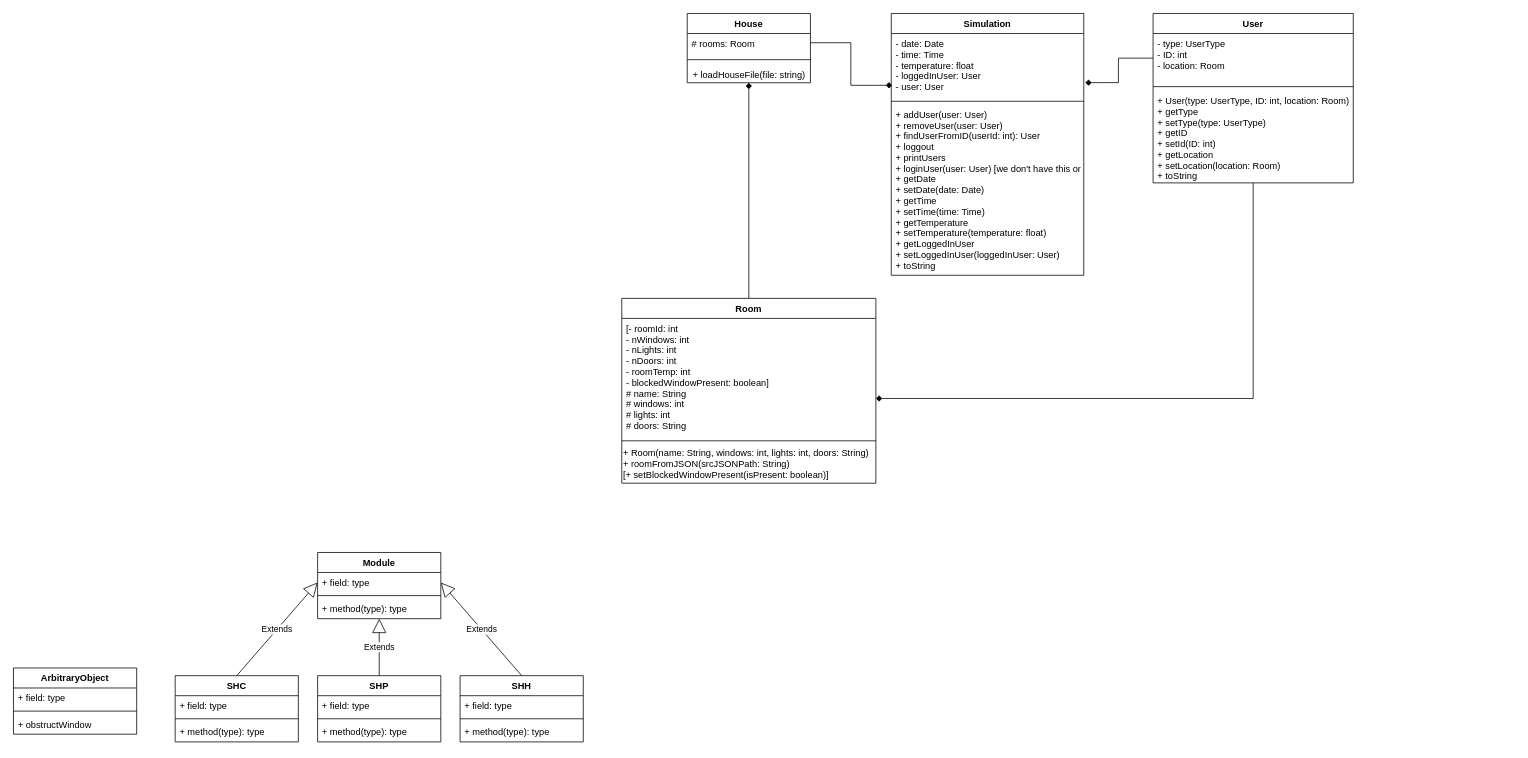
DGovi/soen343house keeps this draw.io diagram as page "class" (2 of 3) of homeSysDiagrams.drawio. Above is the earlier version. Source tidied: cells renumbered, new cells numbered last; positions are measured from the earlier drawing's top-left corner, leaving out a move shared by most shapes. Both pictures are drawn from the tidied source at 77%, with x=0, y=0 at pixel (13, 13).
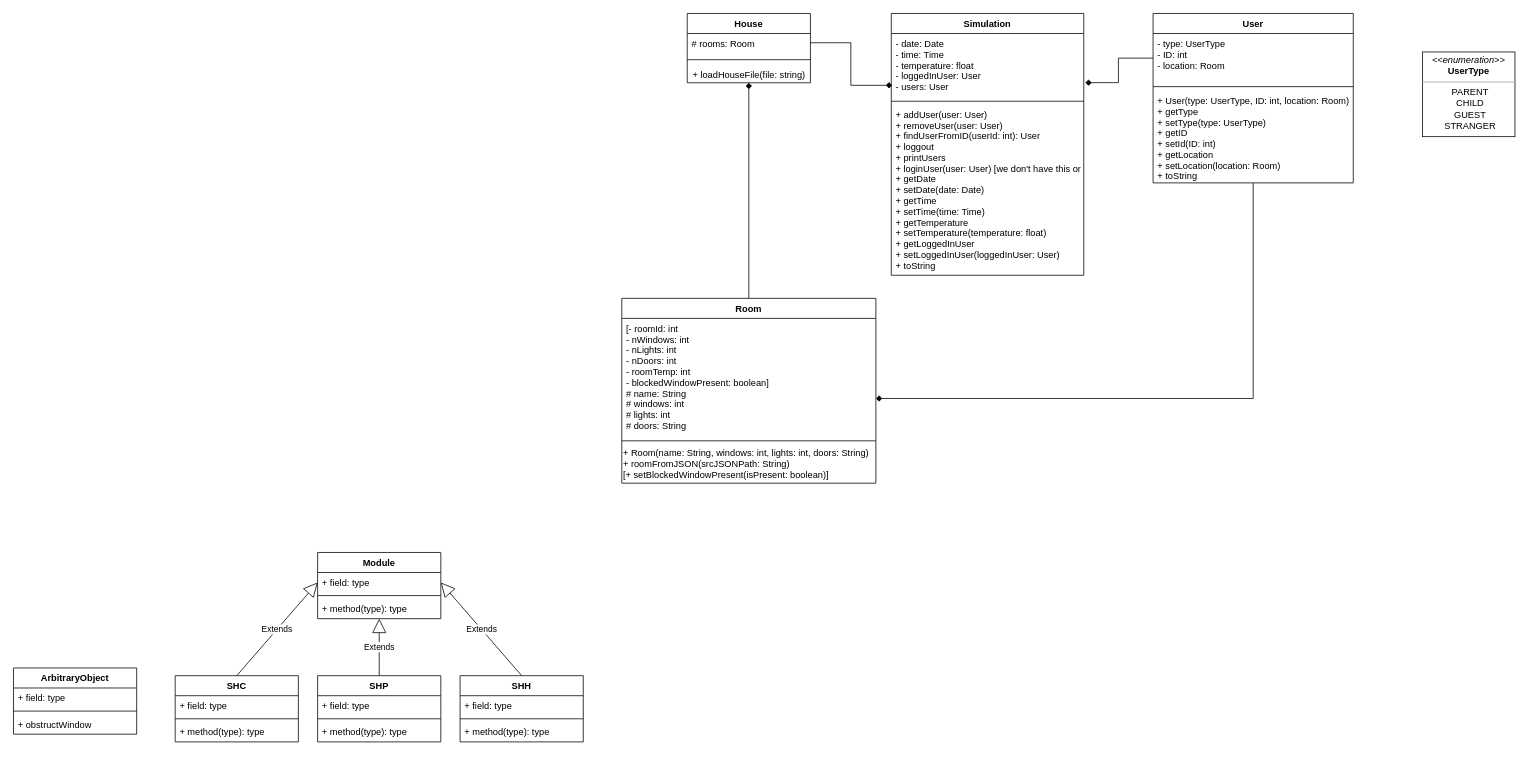
The same page after the edit.

The change refers to these unchanged cells:
```xml
<mxCell id="17" value="Simulation" style="swimlane;fontStyle=1;align=center;verticalAlign=top;horizontal=1;startSize=26;" parent="1" vertex="1">
  <mxGeometry x="1140" width="250" height="340" as="geometry" />
</mxCell>
```

What changed in the source:
```diff
@@
-    <mxCell id="18" value="- date: Date&#10;- time: Time&#10;- temperature: float&#10;- loggedInUser: User&#10;- user: User&#10;" style="text;strokeColor=none;fillColor=none;align=left;verticalAlign=top;spacingLeft=4;spacingRight=4;overflow=hidden;points=[[0,0.5],[1,0.5]];portConstraint=eastwest;" parent="17" vertex="1">
+    <mxCell id="18" value="- date: Date&#10;- time: Time&#10;- temperature: float&#10;- loggedInUser: User&#10;- users: User&#10;" style="text;strokeColor=none;fillColor=none;align=left;verticalAlign=top;spacingLeft=4;spacingRight=4;overflow=hidden;points=[[0,0.5],[1,0.5]];portConstraint=eastwest;" parent="17" vertex="1">
       <mxGeometry y="26" width="250" height="84" as="geometry" />
     </mxCell>
@@
+    <mxCell id="45" value="&lt;p style=&quot;margin: 0px ; margin-top: 4px ; text-align: center&quot;&gt;&lt;i&gt;&amp;lt;&amp;lt;enumeration&amp;gt;&amp;gt;&lt;/i&gt;&lt;br&gt;&lt;b&gt;UserType&lt;/b&gt;&lt;/p&gt;&lt;hr size=&quot;1&quot;&gt;&lt;p style=&quot;text-align: center ; margin: 0px 0px 0px 4px&quot;&gt;PARENT&lt;/p&gt;&lt;p style=&quot;text-align: center ; margin: 0px 0px 0px 4px&quot;&gt;CHILD&lt;/p&gt;&lt;p style=&quot;text-align: center ; margin: 0px 0px 0px 4px&quot;&gt;GUEST&lt;/p&gt;&lt;p style=&quot;text-align: center ; margin: 0px 0px 0px 4px&quot;&gt;STRANGER&lt;/p&gt;" style="verticalAlign=top;align=left;overflow=fill;fontSize=12;fontFamily=Helvetica;html=1;" parent="1" vertex="1">
+      <mxGeometry x="1830" y="50" width="120" height="110" as="geometry" />
+    </mxCell>
```
